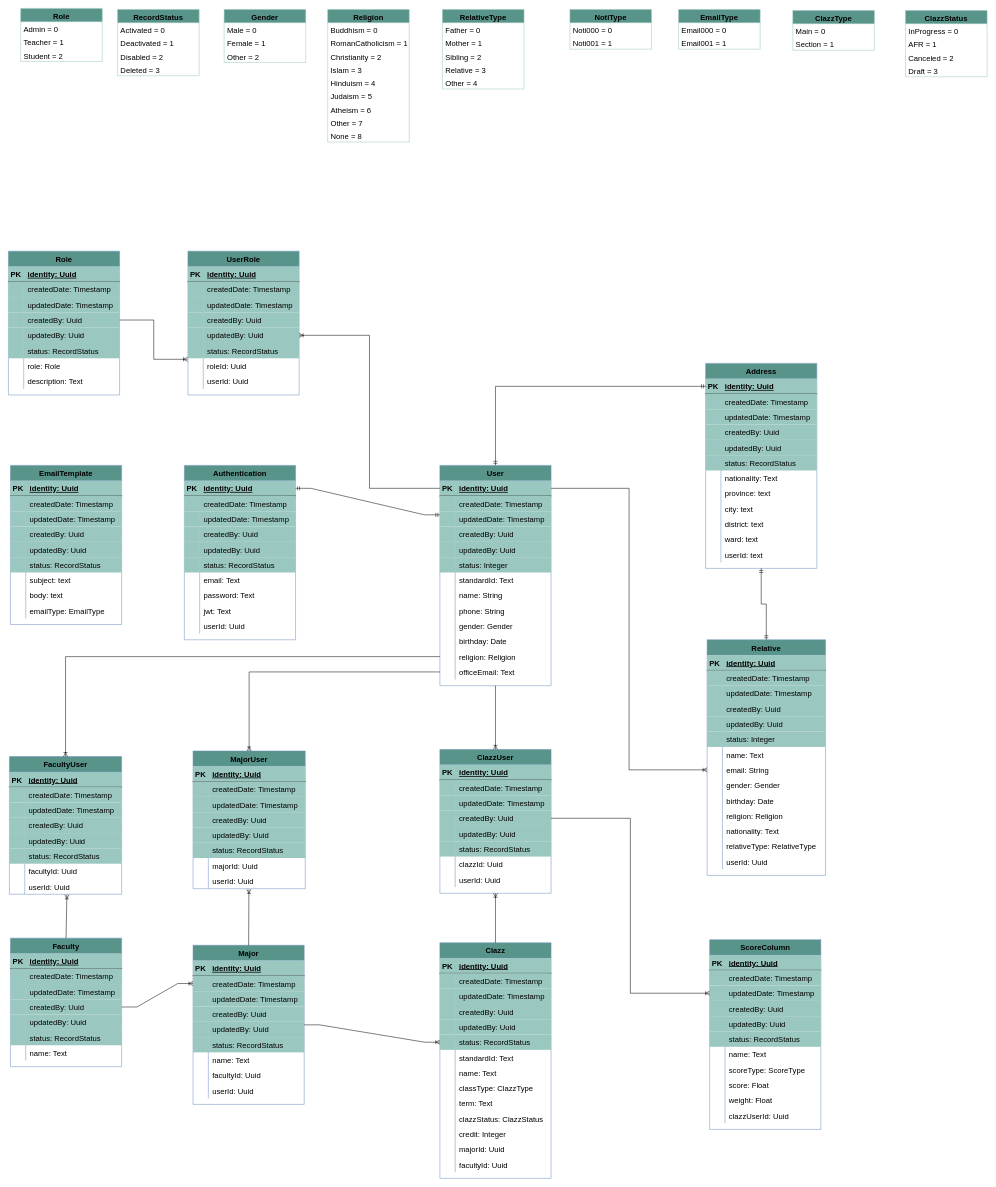
This is documentations/diagrams/diagrams.drawio from chautruonglong/kaboom-fabric-score, a draw.io file, before an edit. Source tidied: cells renumbered, new cells numbered last; positions are measured from the earlier drawing's top-left corner, leaving out a move shared by most shapes. Both pictures are drawn from the tidied source at 51%, with x=0, y=0 at pixel (8, 8).
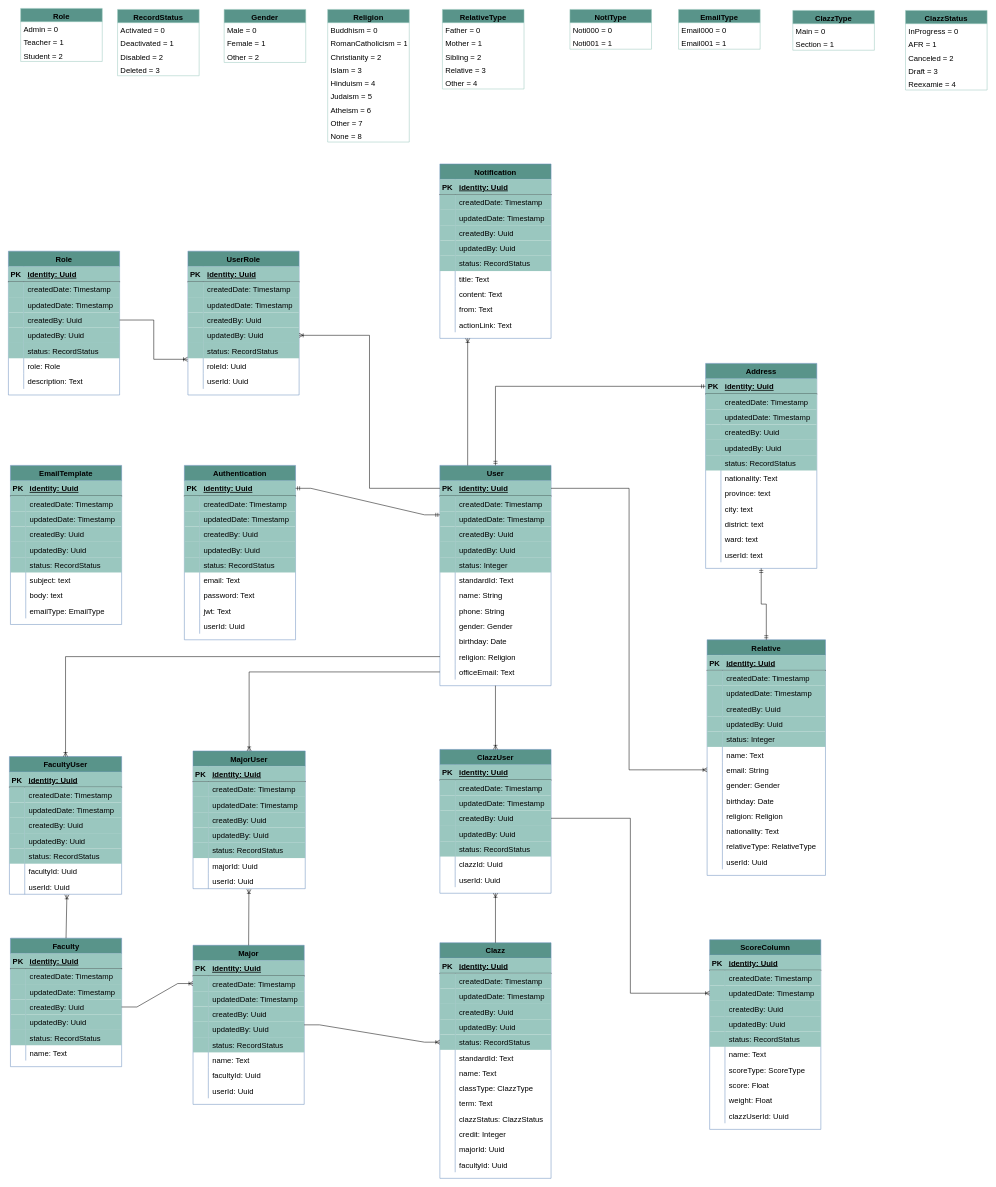
Above is the later version.

Commit message (it also covers changes not shown here):
Design database diagram v1.1.0

Unchanged cells that the change refers to:
```xml
<mxCell id="2" value="User" style="shape=table;startSize=30;childLayout=tableLayout;rowLines=0;fontStyle=1;align=center;fontSize=15;fillColor=#59948A;strokeColor=#6c8ebf;" parent="1" vertex="1">
  <mxGeometry x="846" y="896" width="218" height="432" as="geometry" />
</mxCell>
```

What changed in the source:
```diff
@@
     <mxCell id="395" value="ClazzStatus" style="swimlane;fontStyle=1;align=center;verticalAlign=top;horizontal=1;startSize=26;fontSize=15;strokeColor=#9AC7BF;fillColor=#59948A;" parent="1" vertex="1">
-      <mxGeometry x="1759" y="4" width="160" height="130" as="geometry" />
+      <mxGeometry x="1759" y="4" width="160" height="156" as="geometry" />
     </mxCell>
@@
+    <mxCell id="491" value="Reexamie = 4" style="text;strokeColor=none;fillColor=none;align=left;verticalAlign=top;spacingLeft=4;spacingRight=4;overflow=hidden;fontSize=15;" parent="395" vertex="1">
+      <mxGeometry y="130" width="160" height="26" as="geometry" />
+    </mxCell>
@@
+    <mxCell id="492" value="Notification" style="shape=table;startSize=30;childLayout=tableLayout;rowLines=0;fontStyle=1;align=center;fontSize=15;fillColor=#59948A;strokeColor=#6c8ebf;" parent="1" vertex="1">
+      <mxGeometry x="846" y="305" width="218" height="342" as="geometry" />
+    </mxCell>
+    <mxCell id="493" style="shape=tableRow;horizontal=0;startSize=0;swimlaneHead=0;swimlaneBody=0;fillColor=#9AC7BF;top=0;left=0;right=0;bottom=1;fontSize=15;" parent="492" vertex="1">
+      <mxGeometry y="30" width="218" height="30" as="geometry" />
+    </mxCell>
+    <mxCell id="494" value="PK" style="shape=partialRectangle;fillColor=none;top=0;left=0;bottom=0;right=0;fontStyle=1;overflow=hidden;fontSize=15;" parent="493" vertex="1">
+      <mxGeometry width="30" height="30" as="geometry" />
+    </mxCell>
+    <mxCell id="495" value="identity: Uuid" style="shape=partialRectangle;fillColor=none;top=0;left=0;bottom=0;right=0;align=left;spacingLeft=6;fontStyle=5;overflow=hidden;fontSize=15;" parent="493" vertex="1">
+      <mxGeometry x="30" width="188" height="30" as="geometry" />
+    </mxCell>
+    <mxCell id="496" style="shape=tableRow;horizontal=0;startSize=0;swimlaneHead=0;swimlaneBody=0;fillColor=none;top=0;left=0;right=0;bottom=0;fontSize=15;" parent="492" vertex="1">
+      <mxGeometry y="60" width="218" height="30" as="geometry" />
+    </mxCell>
+    <mxCell id="497" style="shape=partialRectangle;fillColor=#9AC7BF;top=0;left=0;bottom=0;right=0;overflow=hidden;fontSize=15;" parent="496" vertex="1">
+      <mxGeometry width="30" height="30" as="geometry" />
+    </mxCell>
+    <mxCell id="498" value="createdDate: Timestamp" style="shape=partialRectangle;fillColor=#9AC7BF;top=0;left=0;bottom=0;right=0;align=left;spacingLeft=6;overflow=hidden;fontSize=15;" parent="496" vertex="1">
+      <mxGeometry x="30" width="188" height="30" as="geometry" />
+    </mxCell>
+    <mxCell id="499" style="shape=tableRow;horizontal=0;startSize=0;swimlaneHead=0;swimlaneBody=0;fillColor=none;top=0;left=0;right=0;bottom=0;fontSize=15;" parent="492" vertex="1">
+      <mxGeometry y="90" width="218" height="30" as="geometry" />
+    </mxCell>
+    <mxCell id="500" style="shape=partialRectangle;fillColor=#9AC7BF;top=0;left=0;bottom=0;right=0;overflow=hidden;fontSize=15;" parent="499" vertex="1">
+      <mxGeometry width="30" height="30" as="geometry" />
+    </mxCell>
+    <mxCell id="501" value="updatedDate: Timestamp" style="shape=partialRectangle;fillColor=#9AC7BF;top=0;left=0;bottom=0;right=0;align=left;spacingLeft=6;overflow=hidden;fontSize=15;" parent="499" vertex="1">
+      <mxGeometry x="30" width="188" height="30" as="geometry" />
+    </mxCell>
+    <mxCell id="502" style="shape=tableRow;horizontal=0;startSize=0;swimlaneHead=0;swimlaneBody=0;fillColor=none;top=0;left=0;right=0;bottom=0;fontSize=15;" parent="492" vertex="1">
+      <mxGeometry y="120" width="218" height="30" as="geometry" />
+    </mxCell>
+    <mxCell id="503" style="shape=partialRectangle;fillColor=#9AC7BF;top=0;left=0;bottom=0;right=0;overflow=hidden;fontSize=15;" parent="502" vertex="1">
+      <mxGeometry width="30" height="30" as="geometry" />
+    </mxCell>
+    <mxCell id="504" value="createdBy: Uuid" style="shape=partialRectangle;fillColor=#9AC7BF;top=0;left=0;bottom=0;right=0;align=left;spacingLeft=6;overflow=hidden;fontSize=15;" parent="502" vertex="1">
+      <mxGeometry x="30" width="188" height="30" as="geometry" />
+    </mxCell>
+    <mxCell id="505" style="shape=tableRow;horizontal=0;startSize=0;swimlaneHead=0;swimlaneBody=0;fillColor=none;top=0;left=0;right=0;bottom=0;fontSize=15;" parent="492" vertex="1">
+      <mxGeometry y="150" width="218" height="30" as="geometry" />
+    </mxCell>
+    <mxCell id="506" style="shape=partialRectangle;fillColor=#9AC7BF;top=0;left=0;bottom=0;right=0;overflow=hidden;fontSize=15;" parent="505" vertex="1">
+      <mxGeometry width="30" height="30" as="geometry" />
+    </mxCell>
+    <mxCell id="507" value="updatedBy: Uuid" style="shape=partialRectangle;fillColor=#9AC7BF;top=0;left=0;bottom=0;right=0;align=left;spacingLeft=6;overflow=hidden;fontSize=15;" parent="505" vertex="1">
+      <mxGeometry x="30" width="188" height="30" as="geometry" />
+    </mxCell>
+    <mxCell id="508" style="shape=tableRow;horizontal=0;startSize=0;swimlaneHead=0;swimlaneBody=0;fillColor=none;top=0;left=0;right=0;bottom=0;fontSize=15;" parent="492" vertex="1">
+      <mxGeometry y="180" width="218" height="30" as="geometry" />
+    </mxCell>
+    <mxCell id="509" style="shape=partialRectangle;fillColor=#9AC7BF;top=0;left=0;bottom=0;right=0;overflow=hidden;fontSize=15;" parent="508" vertex="1">
+      <mxGeometry width="30" height="30" as="geometry" />
+    </mxCell>
+    <mxCell id="510" value="status: RecordStatus" style="shape=partialRectangle;fillColor=#9AC7BF;top=0;left=0;bottom=0;right=0;align=left;spacingLeft=6;overflow=hidden;fontSize=15;" parent="508" vertex="1">
+      <mxGeometry x="30" width="188" height="30" as="geometry" />
+    </mxCell>
+    <mxCell id="511" style="shape=tableRow;horizontal=0;startSize=0;swimlaneHead=0;swimlaneBody=0;fillColor=none;top=0;left=0;right=0;bottom=0;fontSize=15;" parent="492" vertex="1">
+      <mxGeometry y="210" width="218" height="30" as="geometry" />
+    </mxCell>
+    <mxCell id="512" style="shape=partialRectangle;fillColor=none;top=0;left=0;bottom=0;right=0;overflow=hidden;fontSize=15;" parent="511" vertex="1">
+      <mxGeometry width="30" height="30" as="geometry" />
+    </mxCell>
+    <mxCell id="513" value="title: Text" style="shape=partialRectangle;fillColor=none;top=0;left=0;bottom=0;right=0;align=left;spacingLeft=6;overflow=hidden;fontSize=15;" parent="511" vertex="1">
+      <mxGeometry x="30" width="188" height="30" as="geometry" />
+    </mxCell>
+    <mxCell id="514" style="shape=tableRow;horizontal=0;startSize=0;swimlaneHead=0;swimlaneBody=0;fillColor=none;top=0;left=0;right=0;bottom=0;fontSize=15;" parent="492" vertex="1">
+      <mxGeometry y="240" width="218" height="30" as="geometry" />
+    </mxCell>
+    <mxCell id="515" style="shape=partialRectangle;fillColor=none;top=0;left=0;bottom=0;right=0;overflow=hidden;fontSize=15;" parent="514" vertex="1">
+      <mxGeometry width="30" height="30" as="geometry" />
+    </mxCell>
+    <mxCell id="516" value="content: Text" style="shape=partialRectangle;fillColor=none;top=0;left=0;bottom=0;right=0;align=left;spacingLeft=6;overflow=hidden;fontSize=15;" parent="514" vertex="1">
+      <mxGeometry x="30" width="188" height="30" as="geometry" />
+    </mxCell>
+    <mxCell id="517" style="shape=tableRow;horizontal=0;startSize=0;swimlaneHead=0;swimlaneBody=0;fillColor=none;top=0;left=0;right=0;bottom=0;fontSize=15;" parent="492" vertex="1">
+      <mxGeometry y="270" width="218" height="30" as="geometry" />
+    </mxCell>
+    <mxCell id="518" style="shape=partialRectangle;fillColor=none;top=0;left=0;bottom=0;right=0;overflow=hidden;fontSize=15;" parent="517" vertex="1">
+      <mxGeometry width="30" height="30" as="geometry" />
+    </mxCell>
+    <mxCell id="519" value="from: Text" style="shape=partialRectangle;fillColor=none;top=0;left=0;bottom=0;right=0;align=left;spacingLeft=6;overflow=hidden;fontSize=15;" parent="517" vertex="1">
+      <mxGeometry x="30" width="188" height="30" as="geometry" />
+    </mxCell>
+    <mxCell id="520" style="shape=tableRow;horizontal=0;startSize=0;swimlaneHead=0;swimlaneBody=0;fillColor=none;top=0;left=0;right=0;bottom=0;fontSize=15;" parent="492" vertex="1">
+      <mxGeometry y="300" width="218" height="30" as="geometry" />
+    </mxCell>
+    <mxCell id="521" style="shape=partialRectangle;fillColor=none;top=0;left=0;bottom=0;right=0;overflow=hidden;fontSize=15;" parent="520" vertex="1">
+      <mxGeometry width="30" height="30" as="geometry" />
+    </mxCell>
+    <mxCell id="522" value="actionLink: Text" style="shape=partialRectangle;fillColor=none;top=0;left=0;bottom=0;right=0;align=left;spacingLeft=6;overflow=hidden;fontSize=15;" parent="520" vertex="1">
+      <mxGeometry x="30" width="188" height="30" as="geometry" />
+    </mxCell>
+    <mxCell id="523" style="fontSize=12;html=1;endArrow=ERoneToMany;rounded=0;entryX=0.25;entryY=1;entryDx=0;entryDy=0;exitX=0.25;exitY=0;exitDx=0;exitDy=0;edgeStyle=orthogonalEdgeStyle;" parent="1" edge="1" source="2" target="492">
+      <mxGeometry relative="1" as="geometry" />
+    </mxCell>
```
